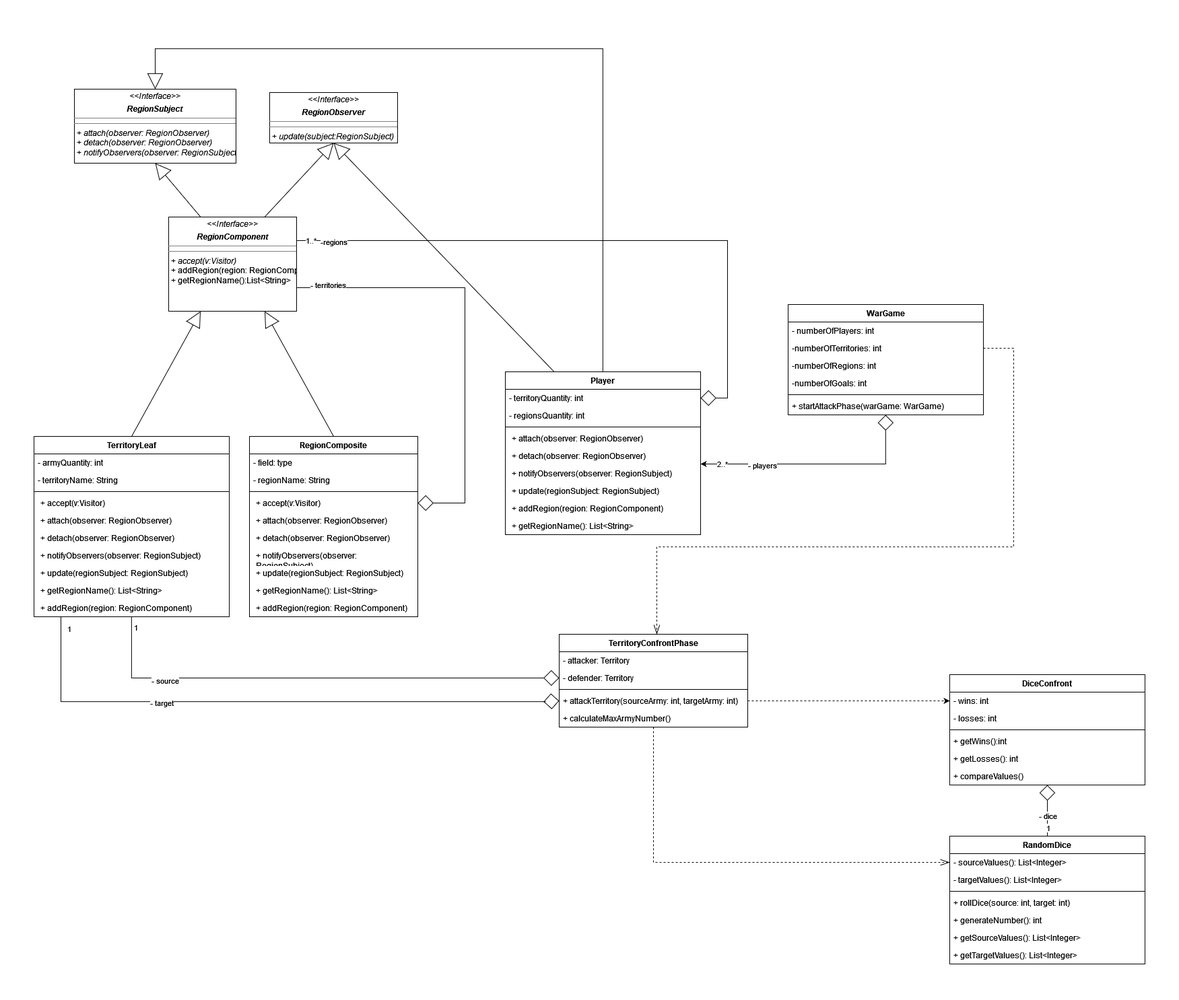
Before: ClassDiagramTerritoryConfront.png, a diagram exported from draw.io (Gil32610/class-diagram-territory-confront). Source tidied: cells renumbered, new cells last; positions are measured from the earlier drawing's top-left corner, leaving out a move shared by most shapes.
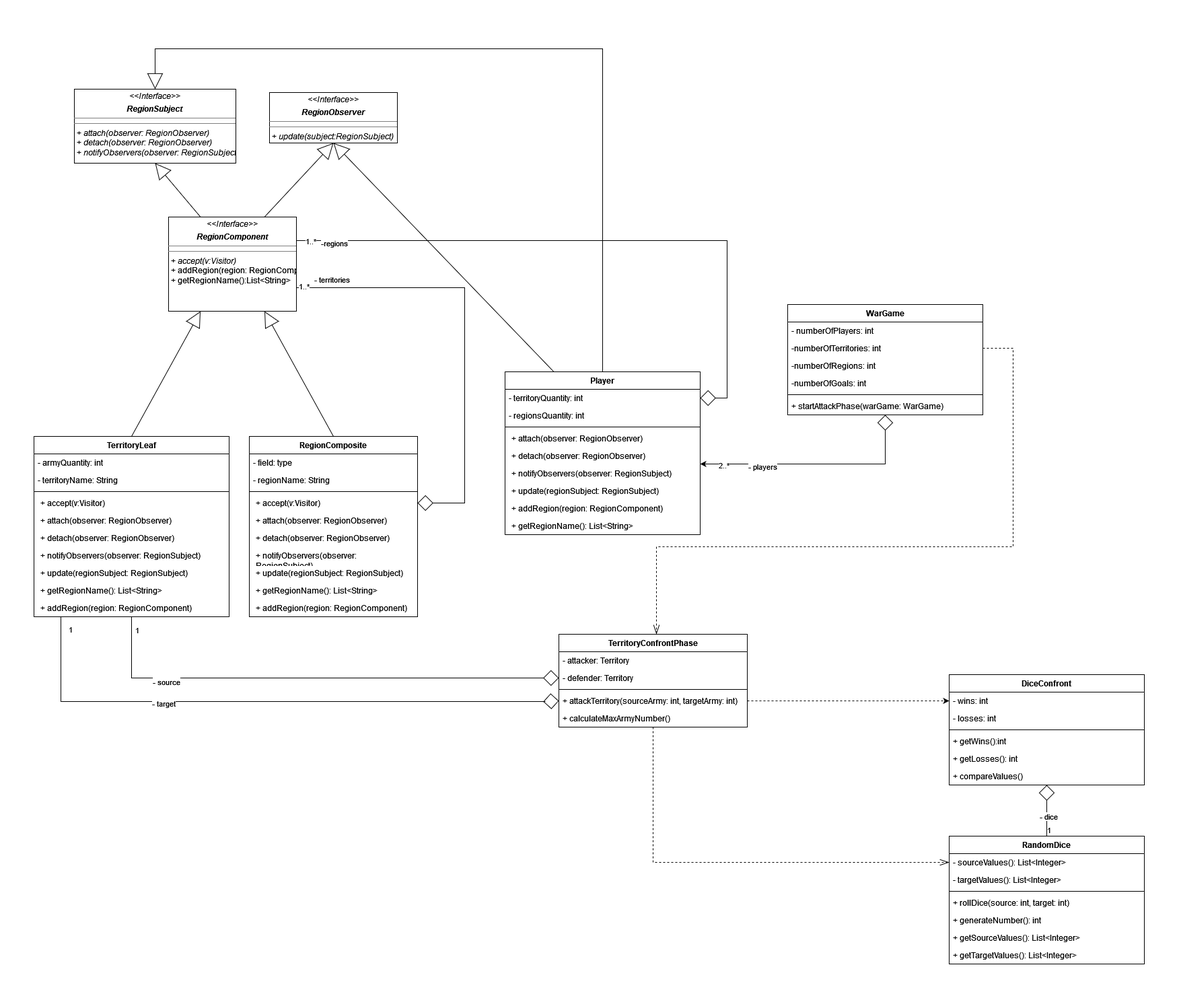
The same diagram one commit later.

Diff of the diagram source:
```diff
@@ -30,9 +30,14 @@
     </mxCell>
     <mxCell id="9" value="&lt;div&gt;- territories&lt;/div&gt;" style="edgeLabel;html=1;align=center;verticalAlign=middle;" parent="8" vertex="1">
       <mxGeometry x="0.86" y="4" relative="1" as="geometry">
-        <mxPoint y="-9" as="offset" />
+        <mxPoint x="5" y="-19" as="offset" />
       </mxGeometry>
     </mxCell>
+    <mxCell id="91" value="&lt;div&gt;1..*&lt;br&gt;&lt;/div&gt;" style="edgeLabel;html=1;align=center;verticalAlign=middle;" parent="8" vertex="1">
+      <mxGeometry x="0.98" y="-1" relative="1" as="geometry">
+        <mxPoint x="3" y="-4" as="offset" />
+      </mxGeometry>
+    </mxCell>
     <mxCell id="10" value="&lt;p style=&quot;margin:0px;margin-top:4px;text-align:center;&quot;&gt;&lt;i&gt;&amp;lt;&amp;lt;Interface&amp;gt;&amp;gt;&lt;/i&gt;&lt;/p&gt;&lt;p style=&quot;margin:0px;margin-top:4px;text-align:center;&quot;&gt;&lt;b&gt;&lt;i&gt;RegionSubject&lt;/i&gt;&lt;/b&gt;&lt;br&gt;&lt;/p&gt;&lt;hr size=&quot;1&quot;&gt;&lt;hr size=&quot;1&quot;&gt;&lt;p style=&quot;margin:0px;margin-left:4px;&quot;&gt;+ &lt;i&gt;attach(observer: RegionObserver)&lt;/i&gt;&lt;br&gt;+ &lt;i&gt;detach(observer: RegionObserver)&lt;/i&gt;&lt;/p&gt;&lt;p style=&quot;margin:0px;margin-left:4px;&quot;&gt;+ &lt;i&gt;notifyObservers(observer: RegionSubject)&lt;/i&gt;&lt;/p&gt;" style="verticalAlign=top;align=left;overflow=fill;fontSize=12;fontFamily=Helvetica;html=1;rounded=0;shadow=0;comic=0;labelBackgroundColor=none;strokeWidth=1;" parent="1" vertex="1">
       <mxGeometry x="60" y="60" width="240" height="110" as="geometry" />
     </mxCell>
```
